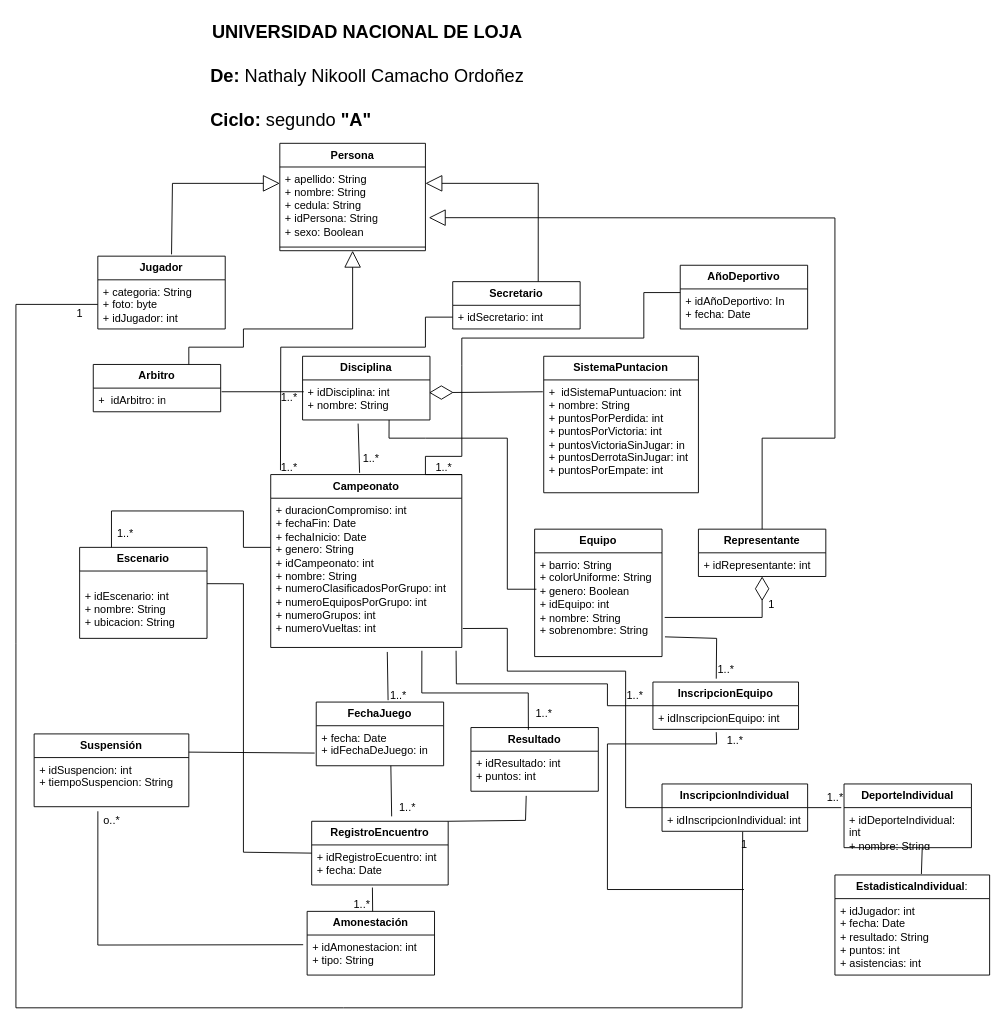
Before: Deportes_POO.drawio in Nikooll/Deportes_POO, a draw.io diagram. Source tidied: cells renumbered, new cells numbered last; positions are measured from the earlier drawing's top-left corner, leaving out a move shared by most shapes. Both pictures are drawn from the tidied source at 91%, with x=0, y=0 at pixel (15, 15).
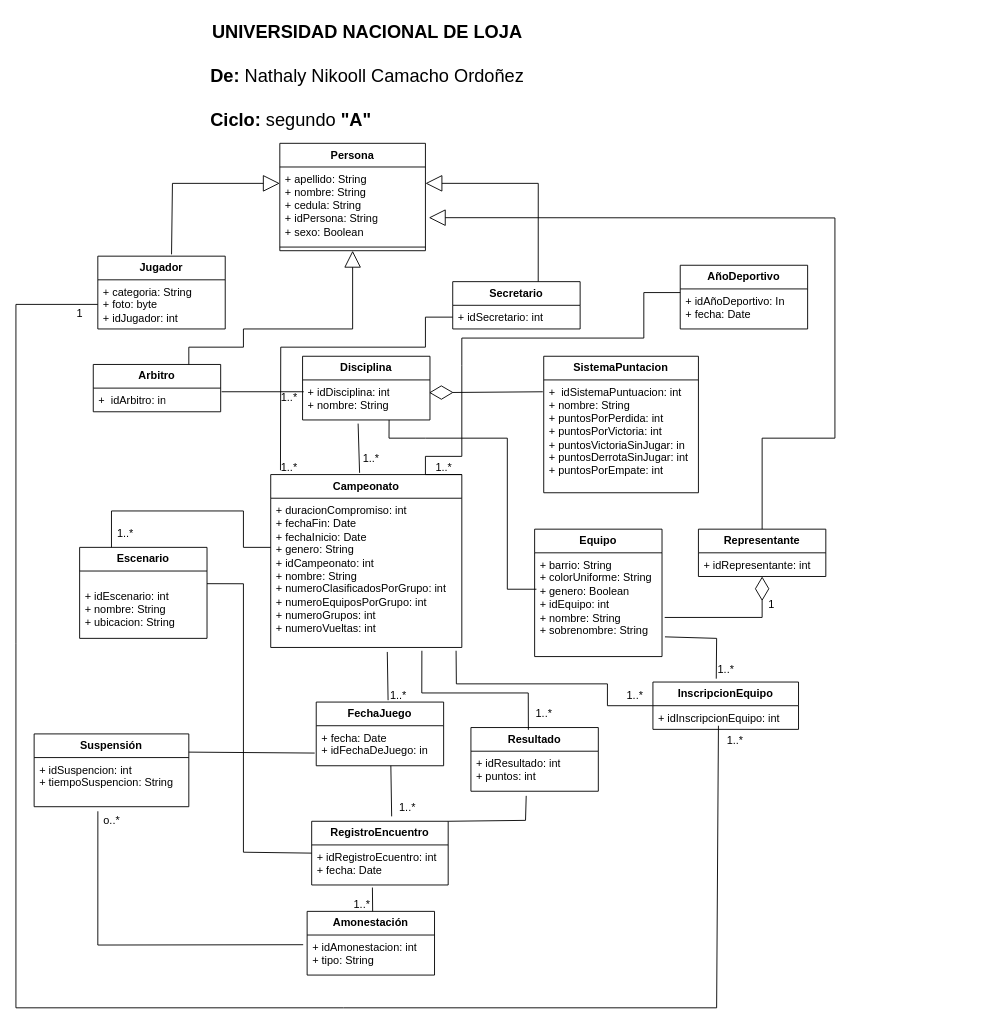
Above is the later version.

Unchanged cells that the change refers to:
```xml
<mxCell id="9" value="+ categoria: String&lt;br&gt;+ foto: byte&lt;br&gt;+ idJugador: int" style="text;strokeColor=none;fillColor=none;align=left;verticalAlign=top;spacingLeft=4;spacingRight=4;overflow=hidden;points=[[0,0.5],[1,0.5]];portConstraint=eastwest;whiteSpace=wrap;html=1;" parent="8" vertex="1">
  <mxGeometry y="26" width="140" height="54" as="geometry" />
</mxCell>
<mxCell id="20" value="+ duracionCompromiso: int&lt;br&gt;+ fechaFin: Date&lt;br&gt;+ fechaInicio: Date&lt;br&gt;+ genero: String&lt;br&gt;+ idCampeonato: int&lt;br&gt;+ nombre: String&lt;br&gt;+ numeroClasificadosPorGrupo: int&lt;br&gt;+ numeroEquiposPorGrupo: int&lt;br&gt;+ numeroGrupos: int&lt;br&gt;&lt;div&gt;+ numeroVueltas: int&lt;/div&gt;" style="text;strokeColor=none;fillColor=none;align=left;verticalAlign=top;spacingLeft=4;spacingRight=4;overflow=hidden;points=[[0,0.5],[1,0.5]];portConstraint=eastwest;whiteSpace=wrap;html=1;" parent="19" vertex="1">
  <mxGeometry y="26" width="210" height="164" as="geometry" />
</mxCell>
<mxCell id="36" value="+ idInscripcionEquipo: int" style="text;strokeColor=none;fillColor=none;align=left;verticalAlign=top;spacingLeft=4;spacingRight=4;overflow=hidden;points=[[0,0.5],[1,0.5]];portConstraint=eastwest;whiteSpace=wrap;html=1;" parent="35" vertex="1">
  <mxGeometry y="26" width="160" height="26" as="geometry" />
</mxCell>
```

What changed in the source:
```diff
@@
-    <mxCell id="42" value="&lt;b&gt;InscripcionIndividual&lt;/b&gt;" style="swimlane;fontStyle=0;horizontal=1;startSize=26;fillColor=none;whiteSpace=wrap;html=1;" parent="1" vertex="1">
-      <mxGeometry x="710" y="844" width="160" height="52" as="geometry" />
-    </mxCell>
-    <mxCell id="43" value="+ idInscripcionIndividual: int" style="text;strokeColor=none;fillColor=none;align=left;verticalAlign=top;spacingLeft=4;spacingRight=4;overflow=hidden;whiteSpace=wrap;html=1;" parent="42" vertex="1">
-      <mxGeometry y="26" width="160" height="26" as="geometry" />
-    </mxCell>
-    <mxCell id="44" style="endArrow=none;html=1;rounded=0;entryX=0.435;entryY=1.118;entryDx=0;entryDy=0;entryPerimeter=0;" parent="1" edge="1" target="36">
-      <mxGeometry relative="1" as="geometry">
-        <mxPoint x="800" y="960" as="sourcePoint" />
-        <Array as="points">
-          <mxPoint x="650" y="960" />
-          <mxPoint x="650" y="800" />
-          <mxPoint x="770" y="800" />
-        </Array>
-      </mxGeometry>
-    </mxCell>
@@
-    <mxCell id="67" style="endArrow=none;html=1;rounded=0;exitX=0;exitY=0.5;exitDx=0;exitDy=0;entryX=0.454;entryY=0.018;entryDx=0;entryDy=0;entryPerimeter=0;" parent="1" edge="1" source="9" target="68">
+    <mxCell id="67" style="endArrow=none;html=1;rounded=0;exitX=0;exitY=0.5;exitDx=0;exitDy=0;" parent="1" edge="1" source="9">
       <mxGeometry relative="1" as="geometry">
+        <mxPoint x="772" y="780" as="targetPoint" />
         <Array as="points">
           <mxPoint y="317" />
           <mxPoint y="690" />
           <mxPoint y="1090" />
           <mxPoint x="360" y="1090" />
-          <mxPoint x="798" y="1090" />
+          <mxPoint x="770" y="1090" />
         </Array>
       </mxGeometry>
     </mxCell>
-    <mxCell id="68" value="1" style="text;html=1;align=center;verticalAlign=middle;points=[];strokeColor=none;fillColor=none;" parent="1" vertex="1">
-      <mxGeometry x="785" y="896" width="30" height="30" as="geometry" />
-    </mxCell>
@@
-    <mxCell id="80" style="endArrow=none;html=1;rounded=0;exitX=0;exitY=0.5;exitDx=0;exitDy=0;entryX=1.005;entryY=0.873;entryDx=0;entryDy=0;entryPerimeter=0;" parent="1" edge="1" source="42" target="20">
-      <mxGeometry relative="1" as="geometry">
-        <Array as="points">
-          <mxPoint x="670" y="870" />
-          <mxPoint x="670" y="720" />
-          <mxPoint x="540" y="720" />
-          <mxPoint x="540" y="673" />
-        </Array>
-      </mxGeometry>
-    </mxCell>
-    <mxCell id="81" value="&lt;b&gt;DeporteIndividual&lt;/b&gt;" style="swimlane;fontStyle=0;horizontal=1;startSize=26;fillColor=none;whiteSpace=wrap;html=1;" parent="1" vertex="1">
-      <mxGeometry x="910" y="844" width="140" height="70" as="geometry" />
-    </mxCell>
-    <mxCell id="82" value="+ idDeporteIndividual: int &lt;br&gt;+ nombre: String " style="text;strokeColor=none;fillColor=none;align=left;verticalAlign=top;spacingLeft=4;spacingRight=4;overflow=hidden;points=[[0,0.5],[1,0.5]];portConstraint=eastwest;whiteSpace=wrap;html=1;" parent="81" vertex="1">
-      <mxGeometry y="26" width="140" height="44" as="geometry" />
-    </mxCell>
-    <mxCell id="83" style="endArrow=none;html=1;rounded=0;exitX=1;exitY=0.5;exitDx=0;exitDy=0;" parent="1" edge="1" source="42">
-      <mxGeometry relative="1" as="geometry">
-        <mxPoint x="907" y="870" as="targetPoint" />
-      </mxGeometry>
-    </mxCell>
-    <mxCell id="84" value="1..*" style="text;html=1;align=center;verticalAlign=middle;strokeColor=none;fillColor=none;" parent="1" vertex="1">
-      <mxGeometry x="880" y="844" width="40" height="30" as="geometry" />
-    </mxCell>
-    <mxCell id="85" value="&lt;strong&gt;EstadisticaIndividual&lt;/strong&gt;:" style="swimlane;fontStyle=0;horizontal=1;startSize=26;fillColor=none;whiteSpace=wrap;html=1;" parent="1" vertex="1">
-      <mxGeometry x="900" y="944" width="170" height="110" as="geometry" />
-    </mxCell>
-    <mxCell id="86" value="&lt;div&gt;+ idJugador: int&lt;/div&gt;&lt;div&gt;+ fecha: Date&lt;/div&gt;&lt;div&gt;+ resultado: String&lt;/div&gt;&lt;div&gt;+ puntos: int&lt;/div&gt;&lt;div&gt;+ asistencias: int &lt;/div&gt;" style="text;strokeColor=none;fillColor=none;align=left;verticalAlign=top;spacingLeft=4;spacingRight=4;overflow=hidden;whiteSpace=wrap;html=1;" parent="85" vertex="1">
-      <mxGeometry y="26" width="170" height="84" as="geometry" />
-    </mxCell>
-    <mxCell id="87" style="endArrow=none;html=1;rounded=0;exitX=0.559;exitY=-0.009;exitDx=0;exitDy=0;exitPerimeter=0;entryX=0.614;entryY=1;entryDx=0;entryDy=0;entryPerimeter=0;" parent="1" edge="1" source="85" target="82">
-      <mxGeometry relative="1" as="geometry" />
-    </mxCell>
```
